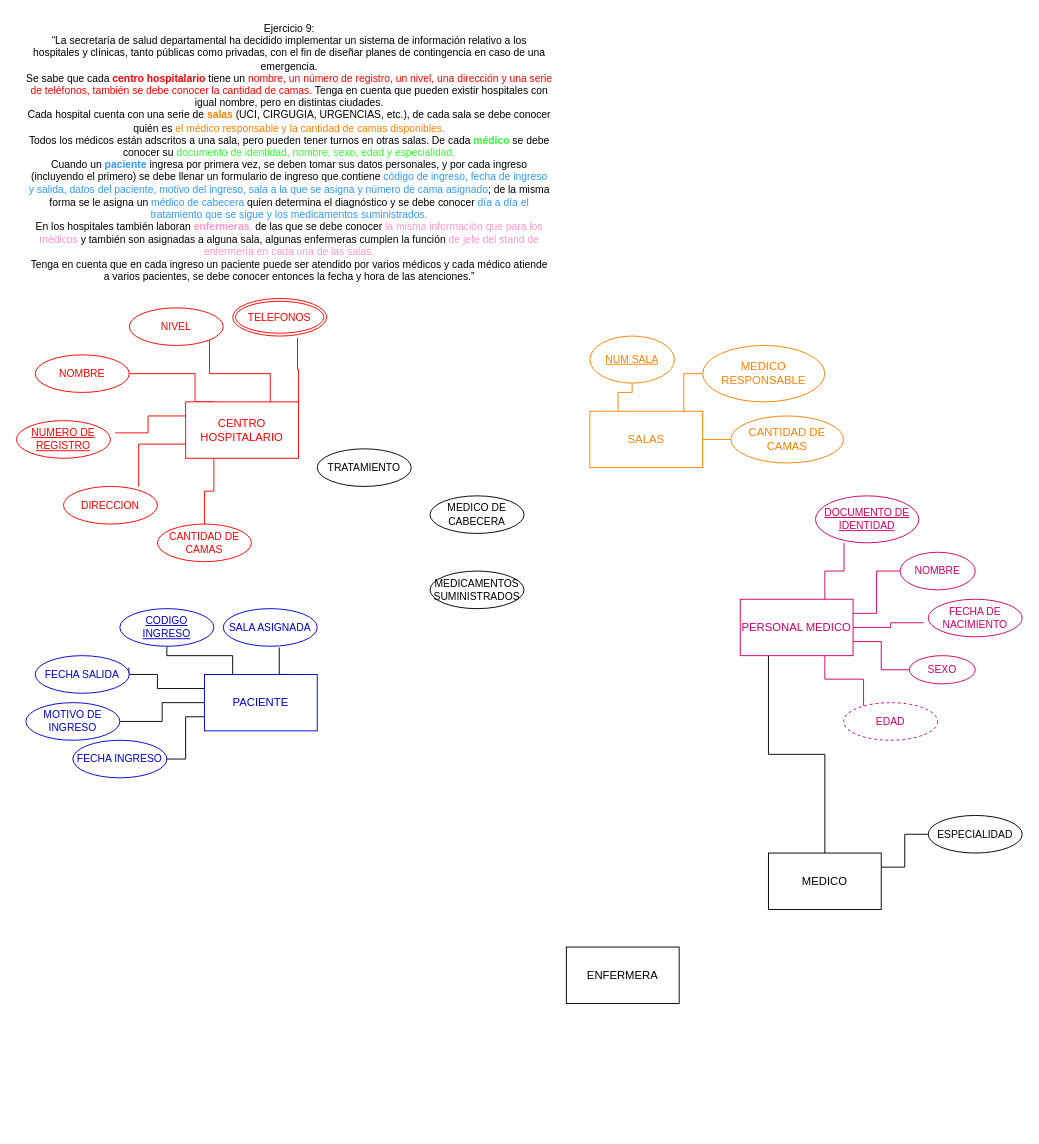
Earlier version of the draw.io diagram page "Página-5" (5 of 5) of Diagrama sin título.drawio (Cris25nkl/DIAGRAMS_BD). Source tidied: cells renumbered, new cells numbered last; positions are measured from the earlier drawing's top-left corner, leaving out a move shared by most shapes. Both pictures are drawn from the tidied source at 94%, with x=0, y=0 at pixel (16, 16).
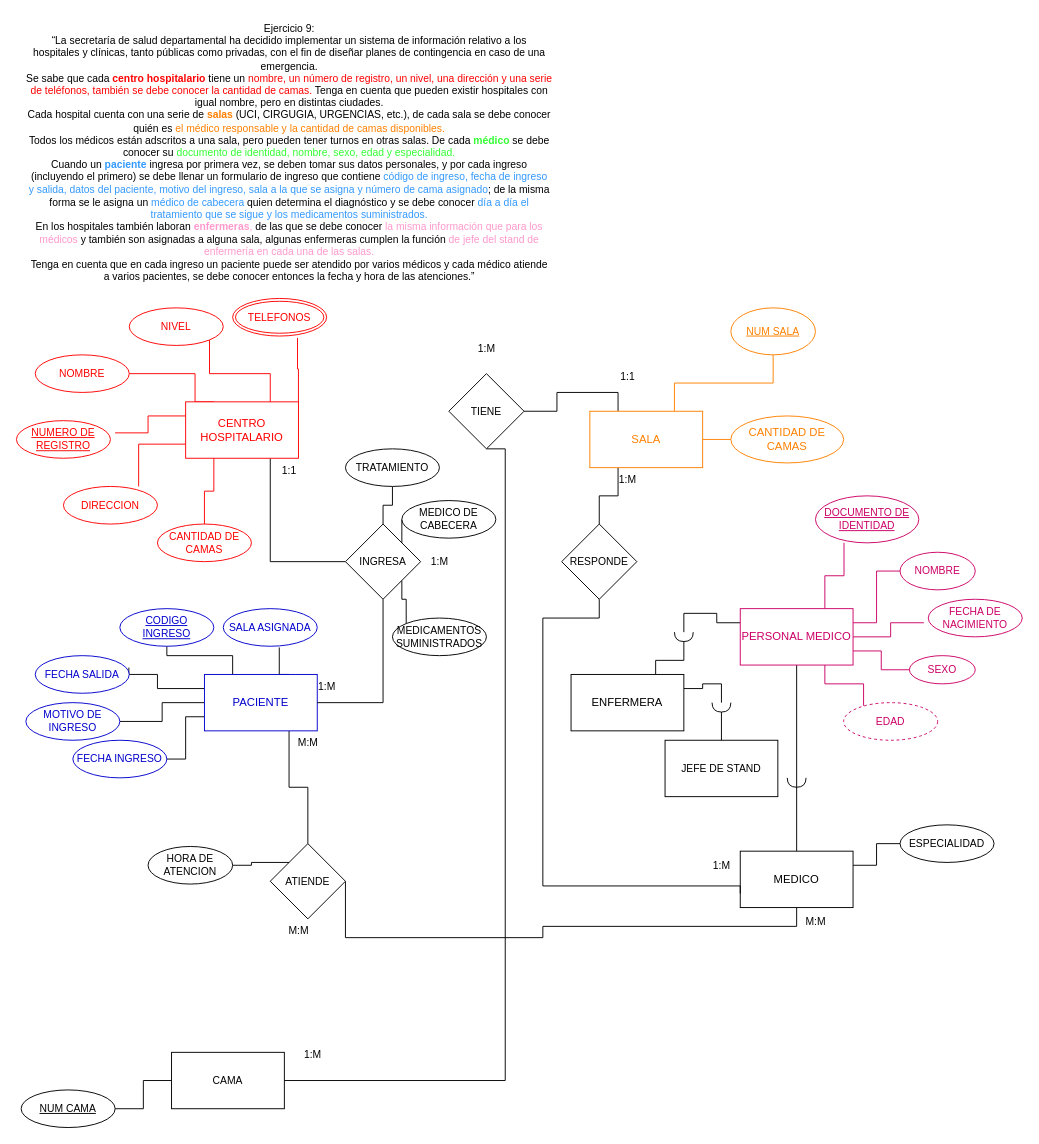
The same diagram, later.

Unchanged cells that the change refers to:
```xml
<mxCell id="9" value="CENTRO HOSPITALARIO" style="whiteSpace=wrap;html=1;strokeColor=#FF0000;fontColor=#FF0000;" parent="1" vertex="1">
  <mxGeometry x="180" y="410" width="120" height="60" as="geometry" />
</mxCell>
<mxCell id="18" value="PACIENTE" style="whiteSpace=wrap;html=1;strokeColor=#0000CC;fontColor=#0000CC;" parent="1" vertex="1">
  <mxGeometry x="200" y="700" width="120" height="60" as="geometry" />
</mxCell>
```

Change to the diagram source:
```diff
@@
+    <mxCell id="53" style="edgeStyle=orthogonalEdgeStyle;shape=connector;rounded=0;jettySize=auto;html=1;exitX=0.75;exitY=1;exitDx=0;exitDy=0;entryX=0;entryY=0.5;entryDx=0;entryDy=0;labelBackgroundColor=default;strokeColor=default;fontFamily=Helvetica;fontSize=11;fontColor=default;endArrow=none;endFill=0;" parent="1" edge="1" source="9" target="73">
+      <mxGeometry relative="1" as="geometry" />
+    </mxCell>
@@
-    <mxCell id="11" style="edgeStyle=orthogonalEdgeStyle;shape=connector;rounded=0;jettySize=auto;html=1;exitX=0.25;exitY=0;exitDx=0;exitDy=0;labelBackgroundColor=default;strokeColor=#FF8000;fontFamily=Helvetica;fontSize=11;fontColor=#FF8000;endArrow=none;endFill=0;" parent="1" edge="1" source="12" target="35">
+    <mxCell id="11" style="edgeStyle=orthogonalEdgeStyle;shape=connector;rounded=0;jettySize=auto;html=1;labelBackgroundColor=default;strokeColor=#FF8000;fontFamily=Helvetica;fontSize=11;fontColor=#FF8000;endArrow=none;endFill=0;exitX=0.75;exitY=0;exitDx=0;exitDy=0;" parent="1" edge="1" source="12" target="35">
       <mxGeometry relative="1" as="geometry" />
     </mxCell>
+    <mxCell id="54" style="edgeStyle=orthogonalEdgeStyle;shape=connector;rounded=0;jettySize=auto;html=1;exitX=0.25;exitY=1;exitDx=0;exitDy=0;entryX=0.5;entryY=0;entryDx=0;entryDy=0;labelBackgroundColor=default;strokeColor=default;fontFamily=Helvetica;fontSize=11;fontColor=default;endArrow=none;endFill=0;" parent="1" edge="1" source="12" target="69">
+      <mxGeometry relative="1" as="geometry" />
+    </mxCell>
+    <mxCell id="55" style="edgeStyle=orthogonalEdgeStyle;shape=connector;rounded=0;jettySize=auto;html=1;exitX=0.25;exitY=0;exitDx=0;exitDy=0;entryX=1;entryY=0.5;entryDx=0;entryDy=0;labelBackgroundColor=default;strokeColor=default;fontFamily=Helvetica;fontSize=11;fontColor=default;endArrow=none;endFill=0;" parent="1" edge="1" source="12" target="78">
+      <mxGeometry relative="1" as="geometry" />
+    </mxCell>
-    <mxCell id="12" value="SALAS" style="whiteSpace=wrap;html=1;strokeColor=#FF8000;fontColor=#FF8000;" parent="1" vertex="1">
+    <mxCell id="12" value="SALA" style="whiteSpace=wrap;html=1;strokeColor=#FF8000;fontColor=#FF8000;" parent="1" vertex="1">
       <mxGeometry x="610" y="420" width="120" height="60" as="geometry" />
     </mxCell>
@@
+    <mxCell id="56" style="edgeStyle=orthogonalEdgeStyle;shape=connector;rounded=0;jettySize=auto;html=1;exitX=0.75;exitY=1;exitDx=0;exitDy=0;entryX=0.5;entryY=0;entryDx=0;entryDy=0;labelBackgroundColor=default;strokeColor=default;fontFamily=Helvetica;fontSize=11;fontColor=default;endArrow=none;endFill=0;" parent="1" edge="1" source="18" target="83">
+      <mxGeometry relative="1" as="geometry" />
+    </mxCell>
@@
-    <mxCell id="24" style="edgeStyle=orthogonalEdgeStyle;rounded=0;jettySize=auto;html=1;exitX=0.25;exitY=1;exitDx=0;exitDy=0;endArrow=none;endFill=0;" parent="1" edge="1" source="25" target="50">
+    <mxCell id="24" style="edgeStyle=orthogonalEdgeStyle;rounded=0;jettySize=auto;html=1;exitX=0.5;exitY=1;exitDx=0;exitDy=0;endArrow=none;endFill=0;" parent="1" edge="1" source="25" target="50">
       <mxGeometry relative="1" as="geometry" />
     </mxCell>
+    <mxCell id="57" style="edgeStyle=orthogonalEdgeStyle;shape=connector;rounded=0;jettySize=auto;html=1;exitX=1;exitY=0.5;exitDx=0;exitDy=0;entryX=0.75;entryY=0;entryDx=0;entryDy=0;labelBackgroundColor=default;strokeColor=default;fontFamily=Helvetica;fontSize=11;fontColor=default;endArrow=none;endFill=0;exitPerimeter=0;" parent="1" edge="1" source="67" target="51">
+      <mxGeometry relative="1" as="geometry" />
+    </mxCell>
+    <mxCell id="58" style="edgeStyle=orthogonalEdgeStyle;shape=connector;rounded=0;jettySize=auto;html=1;exitX=0;exitY=0.25;exitDx=0;exitDy=0;entryX=0;entryY=0.5;entryDx=0;entryDy=0;entryPerimeter=0;labelBackgroundColor=default;strokeColor=default;fontFamily=Helvetica;fontSize=11;fontColor=default;endArrow=none;endFill=0;" parent="1" edge="1" source="25" target="67">
+      <mxGeometry relative="1" as="geometry" />
+    </mxCell>
     <mxCell id="25" value="PERSONAL MEDICO" style="whiteSpace=wrap;html=1;strokeColor=#CC0066;fontColor=#CC0066;" parent="1" vertex="1">
-      <mxGeometry x="770" y="620" width="120" height="60" as="geometry" />
+      <mxGeometry x="770" y="630" width="120" height="60" as="geometry" />
     </mxCell>
@@
-    <mxCell id="32" style="edgeStyle=orthogonalEdgeStyle;shape=connector;rounded=0;jettySize=auto;html=1;exitX=0;exitY=0.5;exitDx=0;exitDy=0;labelBackgroundColor=default;strokeColor=#FF8000;fontFamily=Helvetica;fontSize=11;fontColor=#FF8000;endArrow=none;endFill=0;entryX=0.843;entryY=0;entryDx=0;entryDy=0;entryPerimeter=0;" parent="1" edge="1" source="33" target="12">
-      <mxGeometry relative="1" as="geometry">
-        <Array as="points">
-          <mxPoint x="710" y="380" />
-          <mxPoint x="710" y="420" />
-        </Array>
-      </mxGeometry>
-    </mxCell>
-    <mxCell id="33" value="MEDICO RESPONSABLE" style="ellipse;whiteSpace=wrap;html=1;strokeColor=#FF8000;fontColor=#FF8000;" parent="1" vertex="1">
-      <mxGeometry x="730" y="350" width="130" height="60" as="geometry" />
-    </mxCell>
@@
     <mxCell id="35" value="&lt;font&gt;&lt;u&gt;NUM SALA&lt;/u&gt;&lt;/font&gt;" style="ellipse;whiteSpace=wrap;html=1;fontFamily=Helvetica;fontSize=11;fontColor=#FF8000;strokeColor=#FF8000;" parent="1" vertex="1">
-      <mxGeometry x="610" y="340" width="90" height="50" as="geometry" />
+      <mxGeometry x="760" y="310" width="90" height="50" as="geometry" />
     </mxCell>
@@
+    <mxCell id="59" style="edgeStyle=orthogonalEdgeStyle;shape=connector;rounded=0;jettySize=auto;html=1;exitX=0;exitY=0.5;exitDx=0;exitDy=0;entryX=1;entryY=0;entryDx=0;entryDy=0;labelBackgroundColor=default;strokeColor=default;fontFamily=Helvetica;fontSize=11;fontColor=default;endArrow=none;endFill=0;" parent="1" edge="1" source="46" target="73">
+      <mxGeometry relative="1" as="geometry" />
+    </mxCell>
     <mxCell id="46" value="MEDICO DE CABECERA" style="ellipse;whiteSpace=wrap;html=1;align=center;fontFamily=Helvetica;fontSize=11;fontColor=#000000;" parent="1" vertex="1">
-      <mxGeometry x="440" y="510" width="100" height="40" as="geometry" />
+      <mxGeometry x="410" y="515" width="100" height="40" as="geometry" />
     </mxCell>
+    <mxCell id="60" style="edgeStyle=orthogonalEdgeStyle;shape=connector;rounded=0;jettySize=auto;html=1;exitX=0;exitY=0;exitDx=0;exitDy=0;entryX=1;entryY=1;entryDx=0;entryDy=0;labelBackgroundColor=default;strokeColor=default;fontFamily=Helvetica;fontSize=11;fontColor=default;endArrow=none;endFill=0;" parent="1" edge="1" source="47" target="73">
+      <mxGeometry relative="1" as="geometry" />
+    </mxCell>
     <mxCell id="47" value="MEDICAMENTOS SUMINISTRADOS" style="ellipse;whiteSpace=wrap;html=1;align=center;fontFamily=Helvetica;fontSize=11;fontColor=#000000;" parent="1" vertex="1">
-      <mxGeometry x="440" y="590" width="100" height="40" as="geometry" />
+      <mxGeometry x="400" y="640" width="100" height="40" as="geometry" />
     </mxCell>
+    <mxCell id="61" style="edgeStyle=orthogonalEdgeStyle;shape=connector;rounded=0;jettySize=auto;html=1;exitX=0.5;exitY=1;exitDx=0;exitDy=0;entryX=0.5;entryY=0;entryDx=0;entryDy=0;labelBackgroundColor=default;strokeColor=default;fontFamily=Helvetica;fontSize=11;fontColor=default;endArrow=none;endFill=0;" parent="1" edge="1" source="48" target="73">
+      <mxGeometry relative="1" as="geometry" />
+    </mxCell>
     <mxCell id="48" value="TRATAMIENTO" style="ellipse;whiteSpace=wrap;html=1;align=center;fontFamily=Helvetica;fontSize=11;fontColor=#000000;" parent="1" vertex="1">
-      <mxGeometry x="320" y="460" width="100" height="40" as="geometry" />
+      <mxGeometry x="350" y="460" width="100" height="40" as="geometry" />
     </mxCell>
@@
     <mxCell id="50" value="MEDICO" style="whiteSpace=wrap;html=1;" parent="1" vertex="1">
-      <mxGeometry x="800" y="890" width="120" height="60" as="geometry" />
+      <mxGeometry x="770" y="888" width="120" height="60" as="geometry" />
     </mxCell>
+    <mxCell id="62" style="edgeStyle=orthogonalEdgeStyle;shape=connector;rounded=0;jettySize=auto;html=1;exitX=1;exitY=0.5;exitDx=0;exitDy=0;entryX=0.5;entryY=0;entryDx=0;entryDy=0;labelBackgroundColor=default;strokeColor=default;fontFamily=Helvetica;fontSize=11;fontColor=default;endArrow=none;endFill=0;" parent="1" edge="1" source="66" target="64">
+      <mxGeometry relative="1" as="geometry" />
+    </mxCell>
+    <mxCell id="63" style="edgeStyle=orthogonalEdgeStyle;shape=connector;rounded=0;jettySize=auto;html=1;exitX=1;exitY=0.25;exitDx=0;exitDy=0;entryX=0;entryY=0.5;entryDx=0;entryDy=0;entryPerimeter=0;labelBackgroundColor=default;strokeColor=default;fontFamily=Helvetica;fontSize=11;fontColor=default;endArrow=none;endFill=0;" parent="1" edge="1" source="51" target="66">
+      <mxGeometry relative="1" as="geometry" />
+    </mxCell>
     <mxCell id="51" value="ENFERMERA" style="whiteSpace=wrap;html=1;" parent="1" vertex="1">
-      <mxGeometry x="585" y="990" width="120" height="60" as="geometry" />
+      <mxGeometry x="590" y="700" width="120" height="60" as="geometry" />
     </mxCell>
     <mxCell id="52" value="ESPECIALIDAD" style="ellipse;whiteSpace=wrap;html=1;fontFamily=Helvetica;fontSize=11;fontColor=default;" parent="1" vertex="1">
-      <mxGeometry x="970" y="850" width="100" height="40" as="geometry" />
+      <mxGeometry x="940" y="860" width="100" height="40" as="geometry" />
     </mxCell>
+    <mxCell id="64" value="JEFE DE STAND" style="whiteSpace=wrap;html=1;fontFamily=Helvetica;fontSize=11;fontColor=default;" parent="1" vertex="1">
+      <mxGeometry x="690" y="770" width="120" height="60" as="geometry" />
+    </mxCell>
+    <mxCell id="65" style="shape=requiredInterface;html=1;verticalLabelPosition=bottom;sketch=0;fontFamily=Helvetica;fontSize=11;fontColor=default;direction=south;" parent="1" vertex="1">
+      <mxGeometry x="820" y="810" width="20" height="10" as="geometry" />
+    </mxCell>
+    <mxCell id="66" style="shape=requiredInterface;html=1;verticalLabelPosition=bottom;sketch=0;fontFamily=Helvetica;fontSize=11;fontColor=default;direction=south;" parent="1" vertex="1">
+      <mxGeometry x="740" y="730" width="20" height="10" as="geometry" />
+    </mxCell>
+    <mxCell id="67" style="shape=requiredInterface;html=1;verticalLabelPosition=bottom;sketch=0;fontFamily=Helvetica;fontSize=11;fontColor=default;direction=south;" parent="1" vertex="1">
+      <mxGeometry x="700" y="655" width="20" height="10" as="geometry" />
+    </mxCell>
+    <mxCell id="68" style="edgeStyle=orthogonalEdgeStyle;shape=connector;rounded=0;jettySize=auto;html=1;exitX=0.5;exitY=1;exitDx=0;exitDy=0;entryX=0;entryY=0.75;entryDx=0;entryDy=0;labelBackgroundColor=default;strokeColor=default;fontFamily=Helvetica;fontSize=11;fontColor=default;endArrow=none;endFill=0;" parent="1" edge="1" source="69" target="50">
+      <mxGeometry relative="1" as="geometry">
+        <Array as="points">
+          <mxPoint x="560" y="640" />
+          <mxPoint x="560" y="925" />
+        </Array>
+      </mxGeometry>
+    </mxCell>
+    <mxCell id="69" value="RESPONDE" style="rhombus;whiteSpace=wrap;html=1;fontFamily=Helvetica;fontSize=11;fontColor=default;" parent="1" vertex="1">
+      <mxGeometry x="580" y="540" width="80" height="80" as="geometry" />
+    </mxCell>
+    <mxCell id="70" value="1:M" style="text;html=1;align=center;verticalAlign=middle;strokeColor=none;fillColor=none;fontSize=11;fontFamily=Helvetica;fontColor=default;" parent="1" vertex="1">
+      <mxGeometry x="630" y="478" width="40" height="30" as="geometry" />
+    </mxCell>
+    <mxCell id="71" value="1:M" style="text;html=1;align=center;verticalAlign=middle;strokeColor=none;fillColor=none;fontSize=11;fontFamily=Helvetica;fontColor=default;" parent="1" vertex="1">
+      <mxGeometry x="730" y="888" width="40" height="30" as="geometry" />
+    </mxCell>
+    <mxCell id="72" style="edgeStyle=orthogonalEdgeStyle;shape=connector;rounded=0;jettySize=auto;html=1;exitX=0.5;exitY=1;exitDx=0;exitDy=0;entryX=1;entryY=0.5;entryDx=0;entryDy=0;labelBackgroundColor=default;strokeColor=default;fontFamily=Helvetica;fontSize=11;fontColor=default;endArrow=none;endFill=0;" parent="1" edge="1" source="73" target="18">
+      <mxGeometry relative="1" as="geometry" />
+    </mxCell>
+    <mxCell id="73" value="INGRESA" style="rhombus;whiteSpace=wrap;html=1;fontFamily=Helvetica;fontSize=11;fontColor=default;" parent="1" vertex="1">
+      <mxGeometry x="350" y="540" width="80" height="80" as="geometry" />
+    </mxCell>
+    <mxCell id="74" value="CAMA" style="whiteSpace=wrap;html=1;fontFamily=Helvetica;fontSize=11;fontColor=default;" parent="1" vertex="1">
+      <mxGeometry x="165" y="1102" width="120" height="60" as="geometry" />
+    </mxCell>
+    <mxCell id="75" style="edgeStyle=orthogonalEdgeStyle;shape=connector;rounded=0;jettySize=auto;html=1;exitX=1;exitY=0.5;exitDx=0;exitDy=0;entryX=0;entryY=0.5;entryDx=0;entryDy=0;labelBackgroundColor=default;strokeColor=default;fontFamily=Helvetica;fontSize=11;fontColor=default;endArrow=none;endFill=0;" parent="1" edge="1" source="76" target="74">
+      <mxGeometry relative="1" as="geometry" />
+    </mxCell>
+    <mxCell id="76" value="&lt;u&gt;NUM CAMA&lt;/u&gt;" style="ellipse;whiteSpace=wrap;html=1;fontFamily=Helvetica;fontSize=11;fontColor=default;" parent="1" vertex="1">
+      <mxGeometry x="5" y="1142" width="100" height="40" as="geometry" />
+    </mxCell>
+    <mxCell id="77" style="edgeStyle=orthogonalEdgeStyle;shape=connector;rounded=0;jettySize=auto;html=1;exitX=0.5;exitY=1;exitDx=0;exitDy=0;entryX=1;entryY=0.5;entryDx=0;entryDy=0;labelBackgroundColor=default;strokeColor=default;fontFamily=Helvetica;fontSize=11;fontColor=default;endArrow=none;endFill=0;" parent="1" edge="1" source="78" target="74">
+      <mxGeometry relative="1" as="geometry">
+        <Array as="points">
+          <mxPoint x="520" y="460" />
+          <mxPoint x="520" y="1132" />
+        </Array>
+      </mxGeometry>
+    </mxCell>
+    <mxCell id="78" value="TIENE" style="rhombus;whiteSpace=wrap;html=1;fontFamily=Helvetica;fontSize=11;fontColor=default;" parent="1" vertex="1">
+      <mxGeometry x="460" y="380" width="80" height="80" as="geometry" />
+    </mxCell>
+    <mxCell id="79" value="1:1" style="text;html=1;align=center;verticalAlign=middle;strokeColor=none;fillColor=none;fontSize=11;fontFamily=Helvetica;fontColor=default;" parent="1" vertex="1">
+      <mxGeometry x="630" y="368" width="40" height="30" as="geometry" />
+    </mxCell>
+    <mxCell id="80" value="1:M" style="text;html=1;align=center;verticalAlign=middle;strokeColor=none;fillColor=none;fontSize=11;fontFamily=Helvetica;fontColor=default;" parent="1" vertex="1">
+      <mxGeometry x="295" y="1090" width="40" height="30" as="geometry" />
+    </mxCell>
+    <mxCell id="81" value="1:M" style="text;html=1;align=center;verticalAlign=middle;strokeColor=none;fillColor=none;fontSize=11;fontFamily=Helvetica;fontColor=default;" parent="1" vertex="1">
+      <mxGeometry x="480" y="338" width="40" height="30" as="geometry" />
+    </mxCell>
+    <mxCell id="82" style="edgeStyle=orthogonalEdgeStyle;shape=connector;rounded=0;jettySize=auto;html=1;exitX=1;exitY=0.5;exitDx=0;exitDy=0;entryX=0.5;entryY=1;entryDx=0;entryDy=0;labelBackgroundColor=default;strokeColor=default;fontFamily=Helvetica;fontSize=11;fontColor=default;endArrow=none;endFill=0;" parent="1" edge="1" source="83" target="50">
+      <mxGeometry relative="1" as="geometry">
+        <Array as="points">
+          <mxPoint x="350" y="980" />
+          <mxPoint x="560" y="980" />
+          <mxPoint x="560" y="968" />
+          <mxPoint x="830" y="968" />
+        </Array>
+      </mxGeometry>
+    </mxCell>
+    <mxCell id="83" value="ATIENDE" style="rhombus;whiteSpace=wrap;html=1;fontFamily=Helvetica;fontSize=11;fontColor=default;" parent="1" vertex="1">
+      <mxGeometry x="270" y="880" width="80" height="80" as="geometry" />
+    </mxCell>
+    <mxCell id="84" style="edgeStyle=orthogonalEdgeStyle;shape=connector;rounded=0;jettySize=auto;html=1;exitX=1;exitY=0.5;exitDx=0;exitDy=0;entryX=0;entryY=0;entryDx=0;entryDy=0;labelBackgroundColor=default;strokeColor=default;fontFamily=Helvetica;fontSize=11;fontColor=default;endArrow=none;endFill=0;" parent="1" edge="1" source="85" target="83">
+      <mxGeometry relative="1" as="geometry" />
+    </mxCell>
+    <mxCell id="85" value="HORA DE ATENCION" style="ellipse;whiteSpace=wrap;html=1;fontFamily=Helvetica;fontSize=11;fontColor=default;" parent="1" vertex="1">
+      <mxGeometry x="140" y="883" width="90" height="40" as="geometry" />
+    </mxCell>
+    <mxCell id="86" value="M:M" style="text;html=1;align=center;verticalAlign=middle;strokeColor=none;fillColor=none;fontSize=11;fontFamily=Helvetica;fontColor=default;" parent="1" vertex="1">
+      <mxGeometry x="290" y="758" width="40" height="30" as="geometry" />
+    </mxCell>
+    <mxCell id="87" value="M:M" style="text;html=1;align=center;verticalAlign=middle;strokeColor=none;fillColor=none;fontSize=11;fontFamily=Helvetica;fontColor=default;" parent="1" vertex="1">
+      <mxGeometry x="830" y="948" width="40" height="30" as="geometry" />
+    </mxCell>
+    <mxCell id="88" value="M:M" style="text;html=1;align=center;verticalAlign=middle;strokeColor=none;fillColor=none;fontSize=11;fontFamily=Helvetica;fontColor=default;" parent="1" vertex="1">
+      <mxGeometry x="280" y="958" width="40" height="30" as="geometry" />
+    </mxCell>
+    <mxCell id="89" value="1:M" style="text;html=1;align=center;verticalAlign=middle;strokeColor=none;fillColor=none;fontSize=11;fontFamily=Helvetica;fontColor=default;" parent="1" vertex="1">
+      <mxGeometry x="310" y="698" width="40" height="30" as="geometry" />
+    </mxCell>
+    <mxCell id="90" value="1:1" style="text;html=1;align=center;verticalAlign=middle;strokeColor=none;fillColor=none;fontSize=11;fontFamily=Helvetica;fontColor=default;" parent="1" vertex="1">
+      <mxGeometry x="270" y="468" width="40" height="30" as="geometry" />
+    </mxCell>
+    <mxCell id="91" value="1:M" style="text;html=1;align=center;verticalAlign=middle;strokeColor=none;fillColor=none;fontSize=11;fontFamily=Helvetica;fontColor=default;" parent="1" vertex="1">
+      <mxGeometry x="430" y="565" width="40" height="30" as="geometry" />
+    </mxCell>
```
